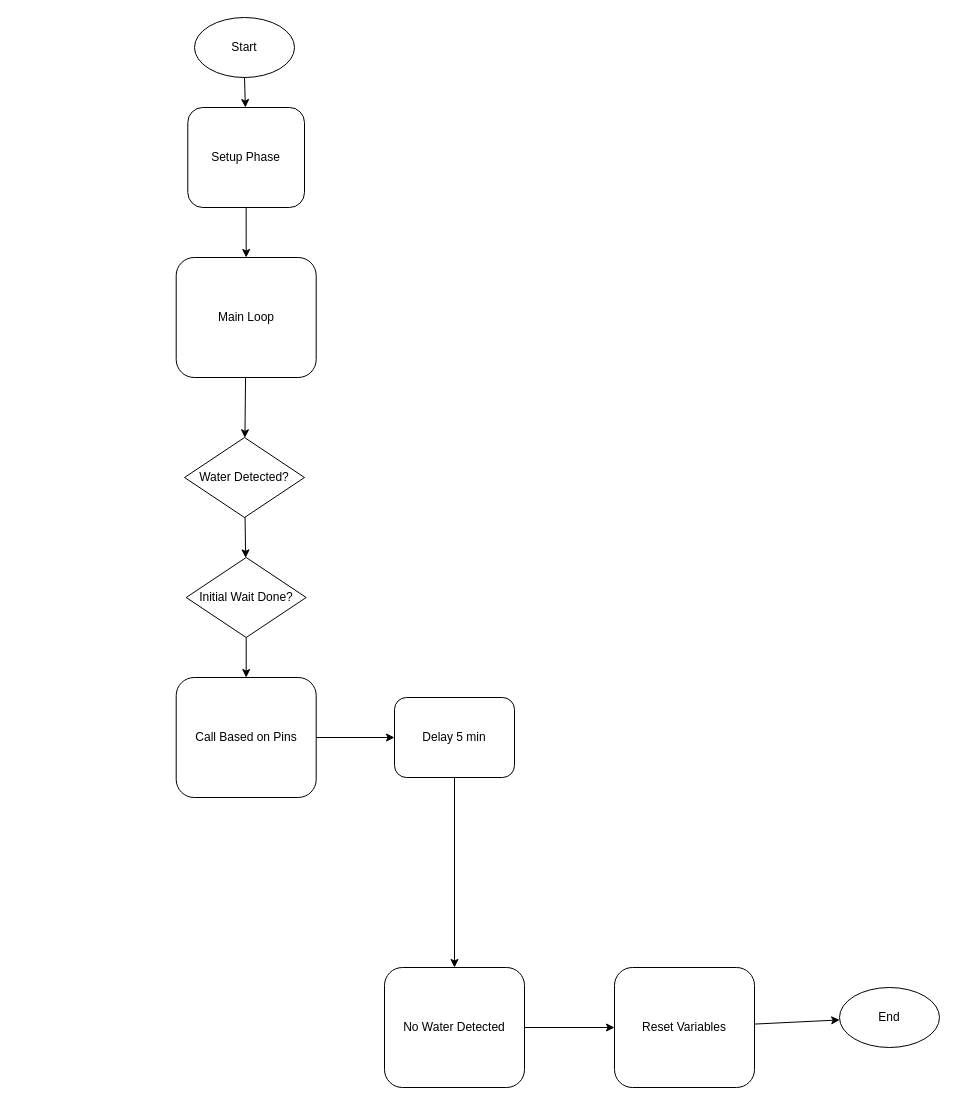
This is Untitled Diagram.drawio from Titon-Foundation/online-ticket-purchase-system, a draw.io file, before an edit. Source tidied: cells renumbered, new cells numbered last; positions are measured from the earlier drawing's top-left corner, leaving out a move shared by most shapes. Both pictures are drawn from the tidied source at 100%, with x=0, y=0 at pixel (176, 17).
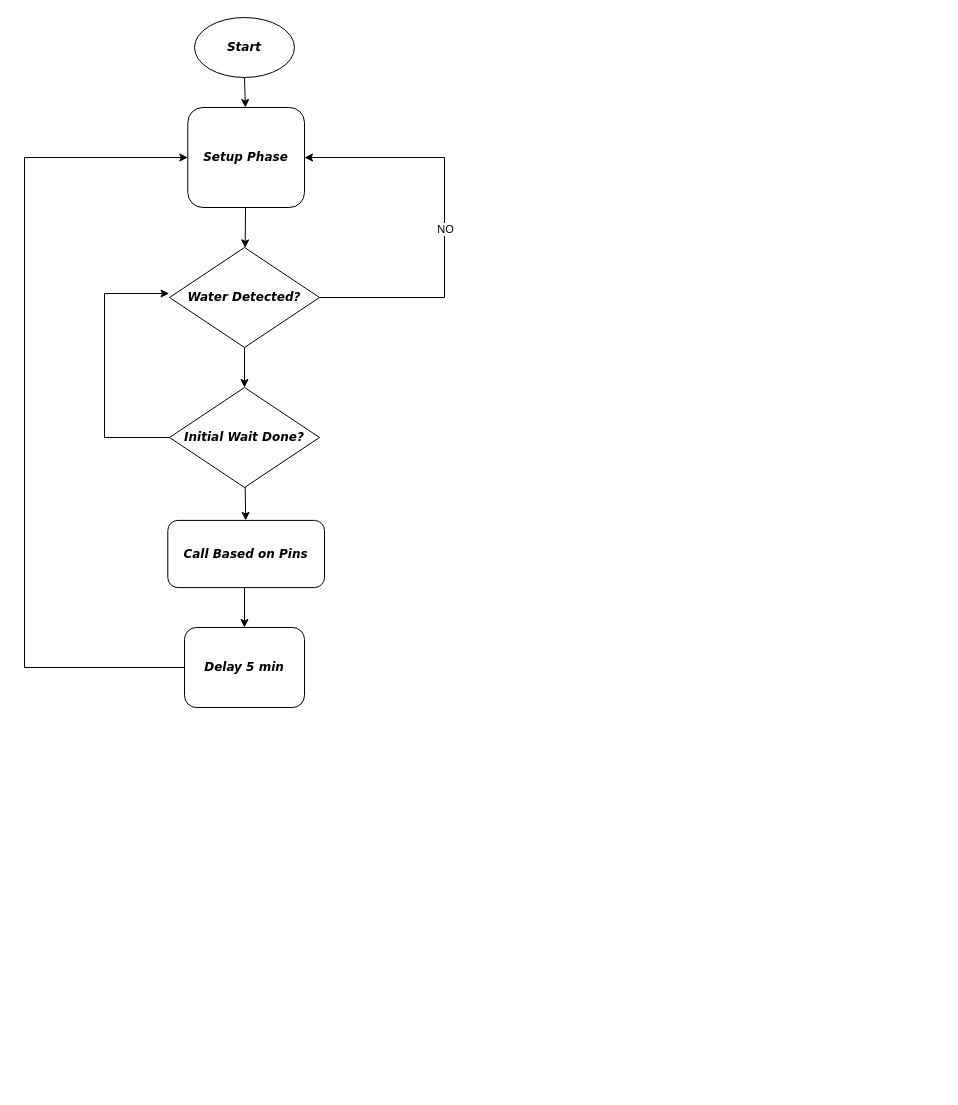
The same diagram, later.

What changed in the source:
```diff
@@
-    <mxCell id="2" value="Start" style="ellipse;whiteSpace=wrap;html=1;" parent="1" vertex="1">
+    <mxCell id="2" value="Start" style="ellipse;whiteSpace=wrap;html=1;fontStyle=3;fontFamily=Verdana;" parent="1" vertex="1">
       <mxGeometry x="18" width="100" height="60" as="geometry" />
     </mxCell>
-    <mxCell id="3" value="Setup Phase" style="rounded=1;whiteSpace=wrap;html=1;" parent="1" vertex="1">
+    <mxCell id="3" value="Setup Phase" style="rounded=1;whiteSpace=wrap;html=1;fontStyle=3;fontFamily=Verdana;" parent="1" vertex="1">
       <mxGeometry x="11.3" y="90" width="116.7" height="100" as="geometry" />
     </mxCell>
-    <mxCell id="4" value="Main Loop" style="rounded=1;whiteSpace=wrap;html=1;" parent="1" vertex="1">
-      <mxGeometry x="-0.3" y="240" width="140" height="120" as="geometry" />
-    </mxCell>
+    <mxCell id="21" style="edgeStyle=orthogonalEdgeStyle;rounded=0;jettySize=auto;html=1;exitX=1;exitY=0.5;exitDx=0;exitDy=0;entryX=1;entryY=0.5;entryDx=0;entryDy=0;fontStyle=3;fontFamily=Verdana;fontColor=#FF0011;" parent="1" edge="1" source="5" target="3">
+      <mxGeometry relative="1" as="geometry">
+        <Array as="points">
+          <mxPoint x="268" y="280" />
+          <mxPoint x="268" y="140" />
+        </Array>
+      </mxGeometry>
+    </mxCell>
+    <mxCell id="22" value="&lt;div&gt;NO&lt;/div&gt;" style="edgeLabel;html=1;align=center;verticalAlign=middle;" parent="21" vertex="1">
+      <mxGeometry x="-0.04" relative="1" as="geometry" />
+    </mxCell>
-    <mxCell id="5" value="Water Detected?" style="rhombus;whiteSpace=wrap;html=1;" parent="1" vertex="1">
-      <mxGeometry x="8" y="420" width="120" height="80" as="geometry" />
+    <mxCell id="5" value="Water Detected?" style="rhombus;whiteSpace=wrap;html=1;fontStyle=3;fontFamily=Verdana;" parent="1" vertex="1">
+      <mxGeometry x="-7" y="230" width="150" height="100" as="geometry" />
     </mxCell>
+    <mxCell id="23" style="edgeStyle=orthogonalEdgeStyle;rounded=0;jettySize=auto;html=1;entryX=-0.003;entryY=0.46;entryDx=0;entryDy=0;entryPerimeter=0;fontStyle=3;fontFamily=Verdana;" parent="1" edge="1" source="6" target="5">
+      <mxGeometry relative="1" as="geometry">
+        <Array as="points">
+          <mxPoint x="-72" y="420" />
+          <mxPoint x="-72" y="276" />
+        </Array>
+      </mxGeometry>
+    </mxCell>
-    <mxCell id="6" value="Initial Wait Done?" style="rhombus;whiteSpace=wrap;html=1;" parent="1" vertex="1">
-      <mxGeometry x="9.7" y="540" width="120" height="80" as="geometry" />
+    <mxCell id="6" value="Initial Wait Done?" style="rhombus;whiteSpace=wrap;html=1;fontStyle=3;fontFamily=Verdana;" parent="1" vertex="1">
+      <mxGeometry x="-7" y="370" width="150" height="100" as="geometry" />
     </mxCell>
+    <mxCell id="17" style="edgeStyle=orthogonalEdgeStyle;rounded=0;jettySize=auto;html=1;exitX=0.5;exitY=1;exitDx=0;exitDy=0;entryX=0.5;entryY=0;entryDx=0;entryDy=0;fontStyle=3;fontFamily=Verdana;" parent="1" edge="1" source="7" target="8">
+      <mxGeometry relative="1" as="geometry" />
+    </mxCell>
-    <mxCell id="7" value="Call Based on Pins" style="rounded=1;whiteSpace=wrap;html=1;" parent="1" vertex="1">
-      <mxGeometry x="-0.3" y="660" width="140" height="120" as="geometry" />
+    <mxCell id="7" value="Call Based on Pins" style="rounded=1;whiteSpace=wrap;html=1;fontStyle=3;fontFamily=Verdana;" parent="1" vertex="1">
+      <mxGeometry x="-8.7" y="502.9" width="156.7" height="67.2" as="geometry" />
     </mxCell>
+    <mxCell id="24" style="edgeStyle=orthogonalEdgeStyle;rounded=0;jettySize=auto;html=1;exitX=0;exitY=0.5;exitDx=0;exitDy=0;entryX=0;entryY=0.5;entryDx=0;entryDy=0;fontStyle=3;fontFamily=Verdana;" parent="1" edge="1" source="8" target="3">
+      <mxGeometry relative="1" as="geometry">
+        <Array as="points">
+          <mxPoint x="-152" y="650" />
+          <mxPoint x="-152" y="140" />
+        </Array>
+      </mxGeometry>
+    </mxCell>
-    <mxCell id="8" value="Delay 5 min" style="rounded=1;whiteSpace=wrap;html=1;" parent="1" vertex="1">
-      <mxGeometry x="218" y="680" width="120" height="80" as="geometry" />
+    <mxCell id="8" value="Delay 5 min" style="rounded=1;whiteSpace=wrap;html=1;fontStyle=3;fontFamily=Verdana;" parent="1" vertex="1">
+      <mxGeometry x="8" y="610" width="120" height="80" as="geometry" />
     </mxCell>
-    <mxCell id="9" value="No Water Detected" style="rounded=1;whiteSpace=wrap;html=1;" parent="1" vertex="1">
-      <mxGeometry x="208" y="950" width="140" height="120" as="geometry" />
-    </mxCell>
-    <mxCell id="10" value="Reset Variables" style="rounded=1;whiteSpace=wrap;html=1;" parent="1" vertex="1">
-      <mxGeometry x="438" y="950" width="140" height="120" as="geometry" />
-    </mxCell>
-    <mxCell id="11" value="End" style="ellipse;whiteSpace=wrap;html=1;" parent="1" vertex="1">
-      <mxGeometry x="663" y="970" width="100" height="60" as="geometry" />
-    </mxCell>
-    <mxCell id="12" parent="1" edge="1" source="2" target="3">
+    <mxCell id="12" style="fontStyle=3;fontFamily=Verdana;" parent="1" edge="1" source="2" target="3">
       <mxGeometry relative="1" as="geometry" />
     </mxCell>
-    <mxCell id="13" parent="1" edge="1" source="3" target="4">
+    <mxCell id="13" style="fontStyle=3;fontFamily=Verdana;" parent="1" edge="1" source="3" target="5">
       <mxGeometry relative="1" as="geometry" />
     </mxCell>
-    <mxCell id="14" parent="1" edge="1" source="4" target="5">
-      <mxGeometry relative="1" as="geometry" />
-    </mxCell>
-    <mxCell id="15" parent="1" edge="1" source="5" target="6">
+    <mxCell id="15" style="fontStyle=3;fontFamily=Verdana;" parent="1" edge="1" source="5" target="6">
       <mxGeometry relative="1" as="geometry" />
     </mxCell>
-    <mxCell id="16" parent="1" edge="1" source="6" target="7">
+    <mxCell id="16" style="fontStyle=3;fontFamily=Verdana;" parent="1" edge="1" source="6" target="7">
       <mxGeometry relative="1" as="geometry" />
     </mxCell>
-    <mxCell id="17" parent="1" edge="1" source="7" target="8">
-      <mxGeometry relative="1" as="geometry" />
-    </mxCell>
-    <mxCell id="18" parent="1" edge="1" source="8" target="9">
-      <mxGeometry relative="1" as="geometry" />
-    </mxCell>
-    <mxCell id="19" parent="1" edge="1" source="9" target="10">
-      <mxGeometry relative="1" as="geometry" />
-    </mxCell>
-    <mxCell id="20" parent="1" edge="1" source="10" target="11">
-      <mxGeometry relative="1" as="geometry" />
-    </mxCell>
```
